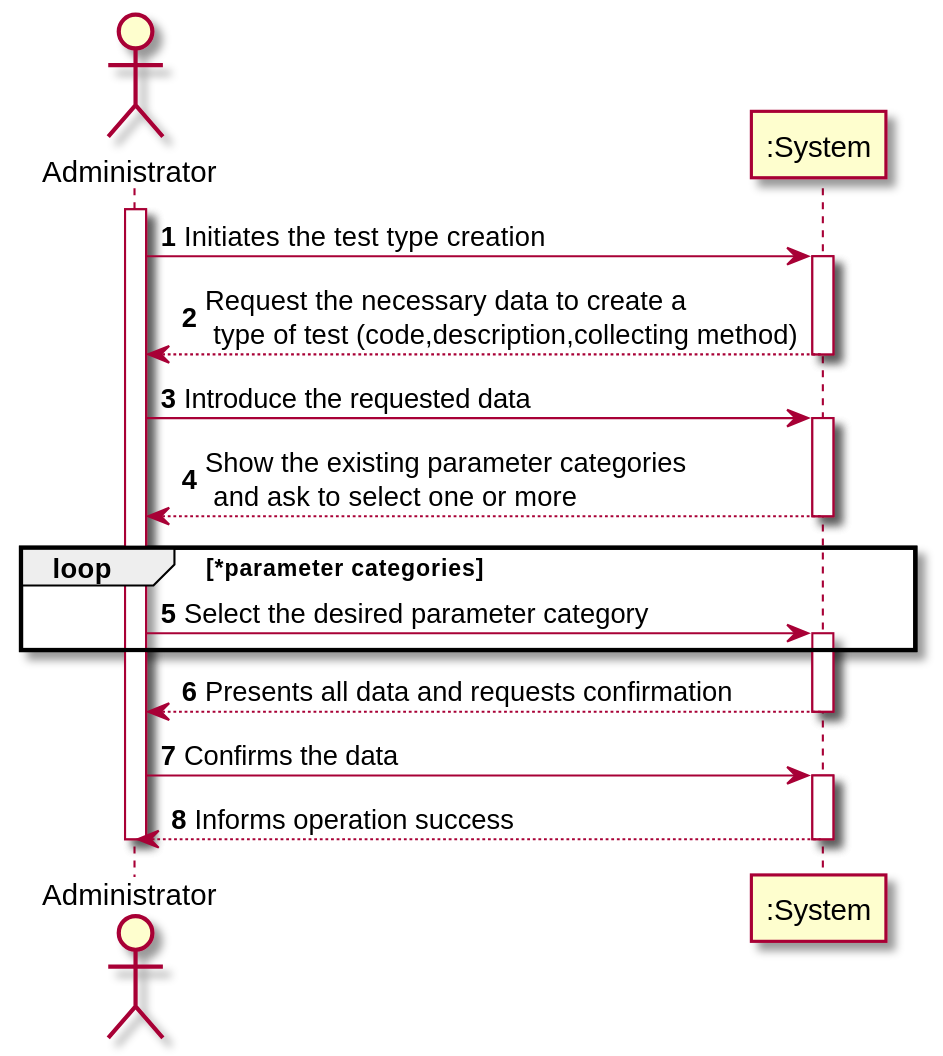
Before: docs/SprintB/US09/US09_SSD.svg, a diagram exported from PlantUML (manu-07-ela/LAPR2_ISEP).
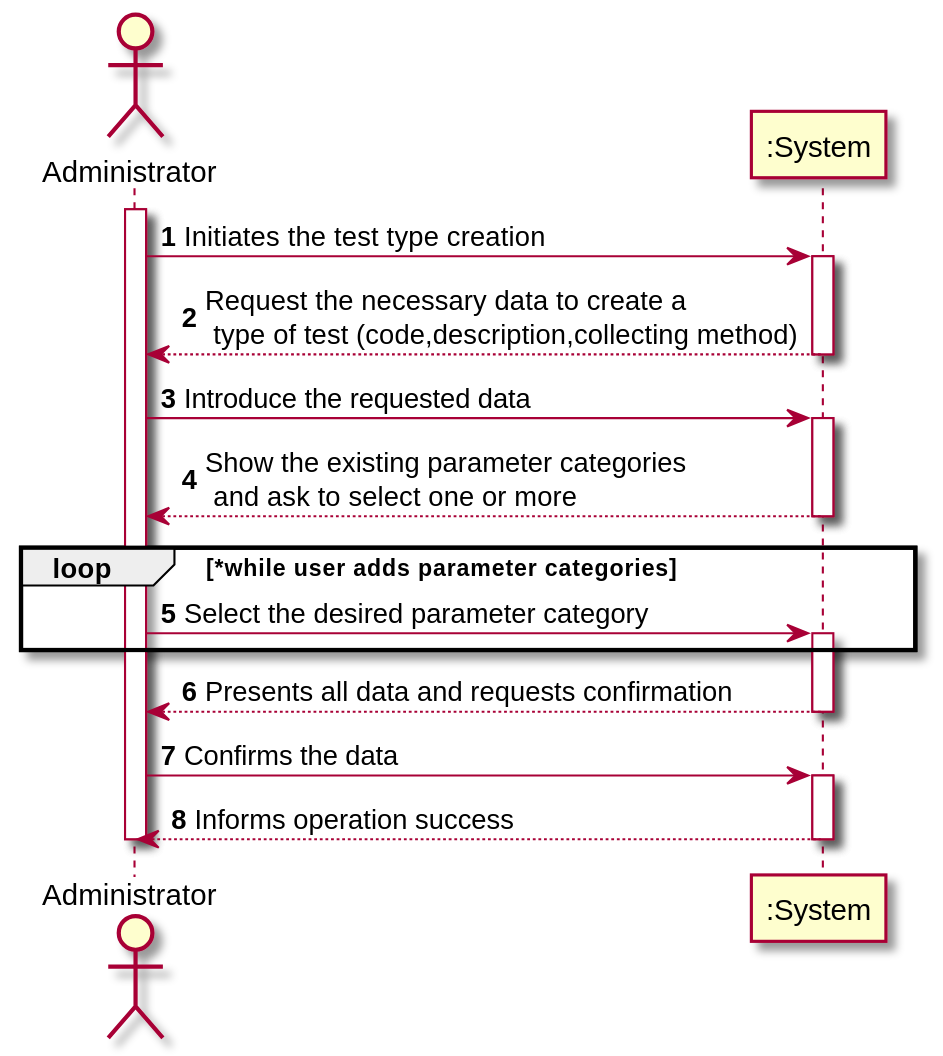
Above is the later version.

The edit, as a diff of the source:
```diff
@@ -12,7 +12,7 @@
 activate ":System"
 ":System" --> Adm : Show the existing parameter categories\n and ask to select one or more
 deactivate ":System"
- loop *parameter categories
+ loop *while user adds parameter categories
     Adm -> ":System" : Select the desired parameter category
     activate ":System"
 
```
